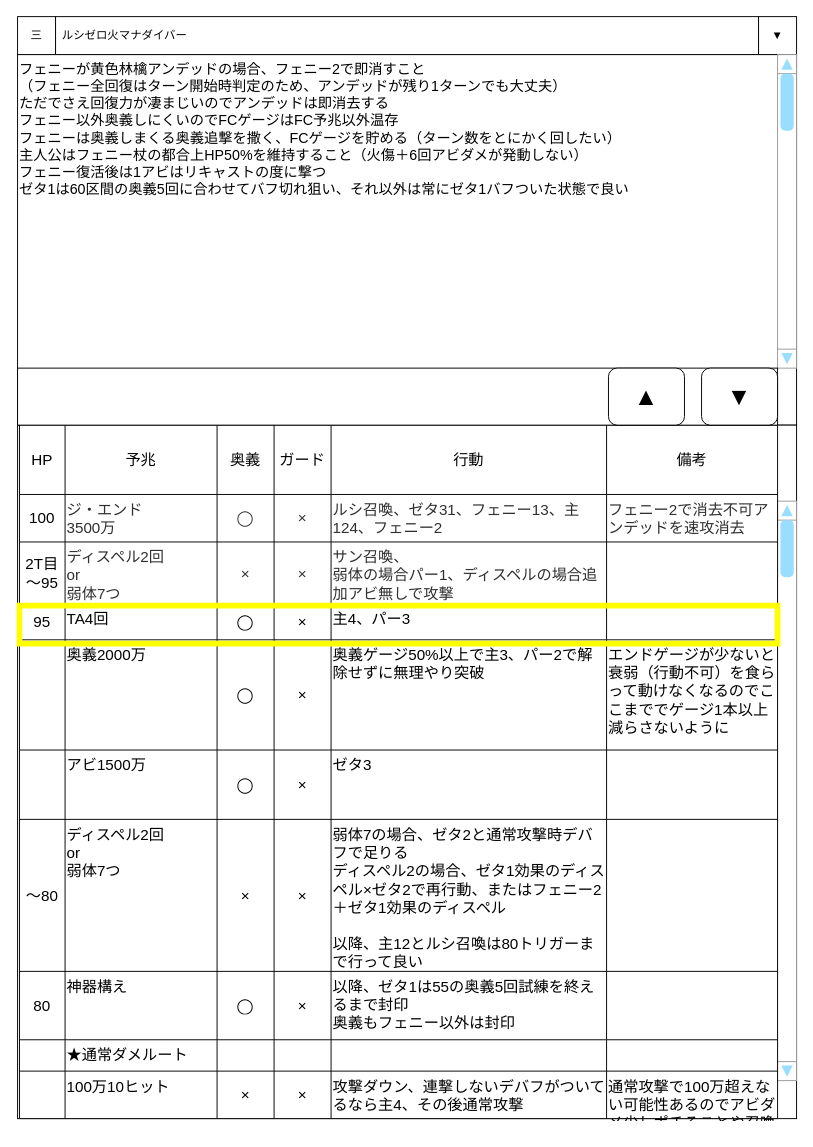
Above: docs/main.drawio in varubogu/gbf-quest-flow (draw.io), before the change. Source tidied: cells renumbered, new cells numbered last; positions are measured from the earlier drawing's top-left corner, leaving out a move shared by most shapes. Both pictures are drawn from the tidied source at 95%, with x=0, y=0 at pixel (17, 16).
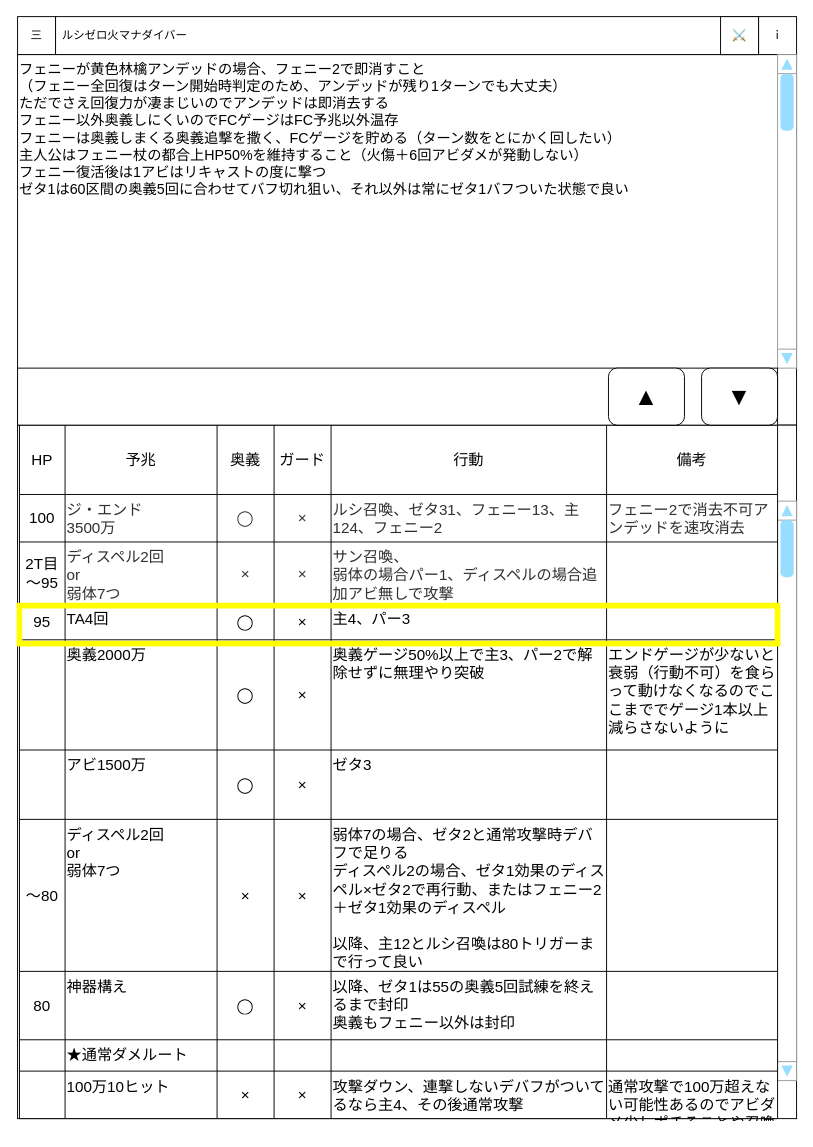
Above is the later version.

Commit message:
画面構成を修正

The edit, as a diff of the source:
```diff
@@
-    <mxCell id="4" value="▼" style="rounded=0;whiteSpace=wrap;html=1;" parent="1" vertex="1">
+    <mxCell id="4" value="ｉ" style="rounded=0;whiteSpace=wrap;html=1;" parent="1" vertex="1">
       <mxGeometry x="780" width="40" height="40" as="geometry" />
     </mxCell>
@@
+    <mxCell id="84" value="⚔️" style="rounded=0;whiteSpace=wrap;html=1;" parent="1" vertex="1">
+      <mxGeometry x="740" width="40" height="40" as="geometry" />
+    </mxCell>
```
